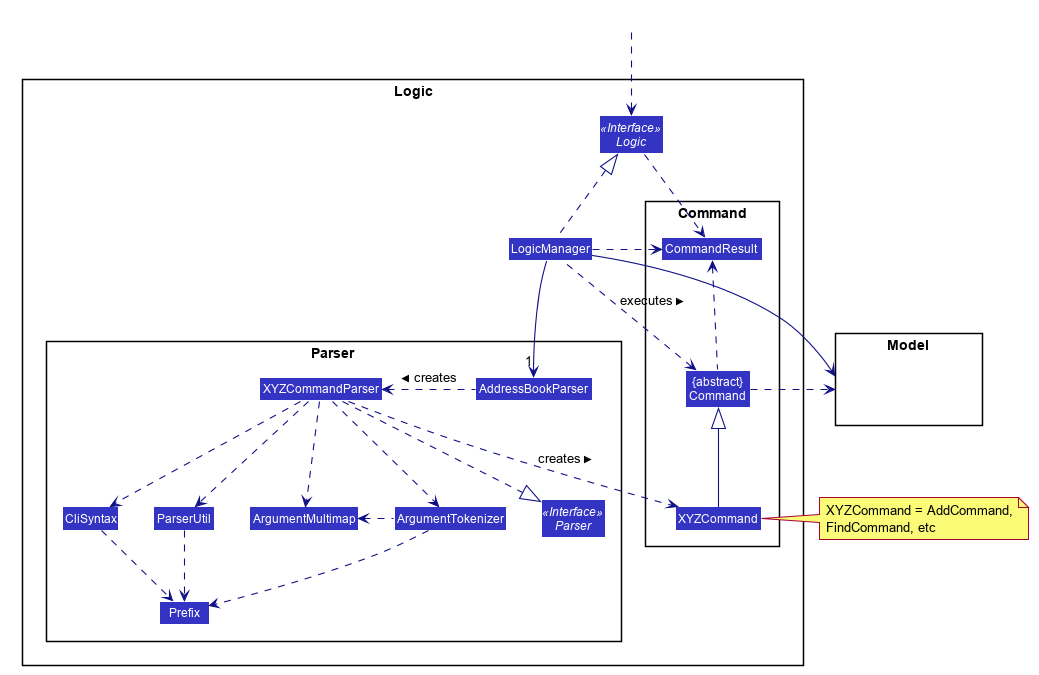
nus-cs2103-AY2425S1/tp keeps this PlantUML diagram as docs/images/LogicClassDiagram.png. Above is the earlier version. Source of this version:
```plantuml
@startuml








skinparam BackgroundColor #FFFFFFF

skinparam Shadowing false

skinparam Class {
    FontColor #FFFFFF
    BorderThickness 1
    BorderColor #FFFFFF
    StereotypeFontColor #FFFFFF
    FontName Arial
}

skinparam Actor {
    BorderColor #000000
    Color #000000
    FontName Arial
}

skinparam Sequence {
    MessageAlign center
    BoxFontSize 15
    BoxPadding 0
    BoxFontColor #FFFFFF
    FontName Arial
}

skinparam Participant {
    FontColor #FFFFFFF
    Padding 20
}

skinparam MinClassWidth 50
skinparam ParticipantPadding 10
skinparam Shadowing false
skinparam DefaultTextAlignment center
skinparam packageStyle Rectangle

hide footbox
hide members
hide circle
skinparam arrowThickness 1.1
skinparam arrowColor #101086
skinparam classBackgroundColor #3333C4

package Logic {

package Parser {
Interface Parser <<Interface>>
Class AddressBookParser
Class XYZCommandParser
Class CliSyntax
Class ParserUtil
Class ArgumentMultimap
Class ArgumentTokenizer
Class Prefix
}

package Command {
Class XYZCommand
Class CommandResult
Class "{abstract}\nCommand" as Command
}

Interface Logic <<Interface>>
Class LogicManager
}

package Model{
Class HiddenModel #FFFFFF
}

Class HiddenOutside #FFFFFF
HiddenOutside ..> Logic

LogicManager .up.|> Logic
LogicManager -->"1" AddressBookParser
AddressBookParser .left.> XYZCommandParser: creates >

XYZCommandParser ..> XYZCommand : creates >
XYZCommandParser ..|> Parser
XYZCommandParser ..> ArgumentMultimap
XYZCommandParser ..> ArgumentTokenizer
ArgumentTokenizer .left.> ArgumentMultimap
XYZCommandParser ..> CliSyntax
CliSyntax ..> Prefix
XYZCommandParser ..> ParserUtil
ParserUtil .down.> Prefix
ArgumentTokenizer .down.> Prefix
XYZCommand -up-|> Command
LogicManager .left.> Command : executes >

LogicManager --> Model
Command .right.> Model
note right of XYZCommand: XYZCommand = AddCommand, \nFindCommand, etc

Logic ..> CommandResult
LogicManager .down.> CommandResult
Command .up.> CommandResult
CommandResult -[hidden]-> Parser
@enduml
```
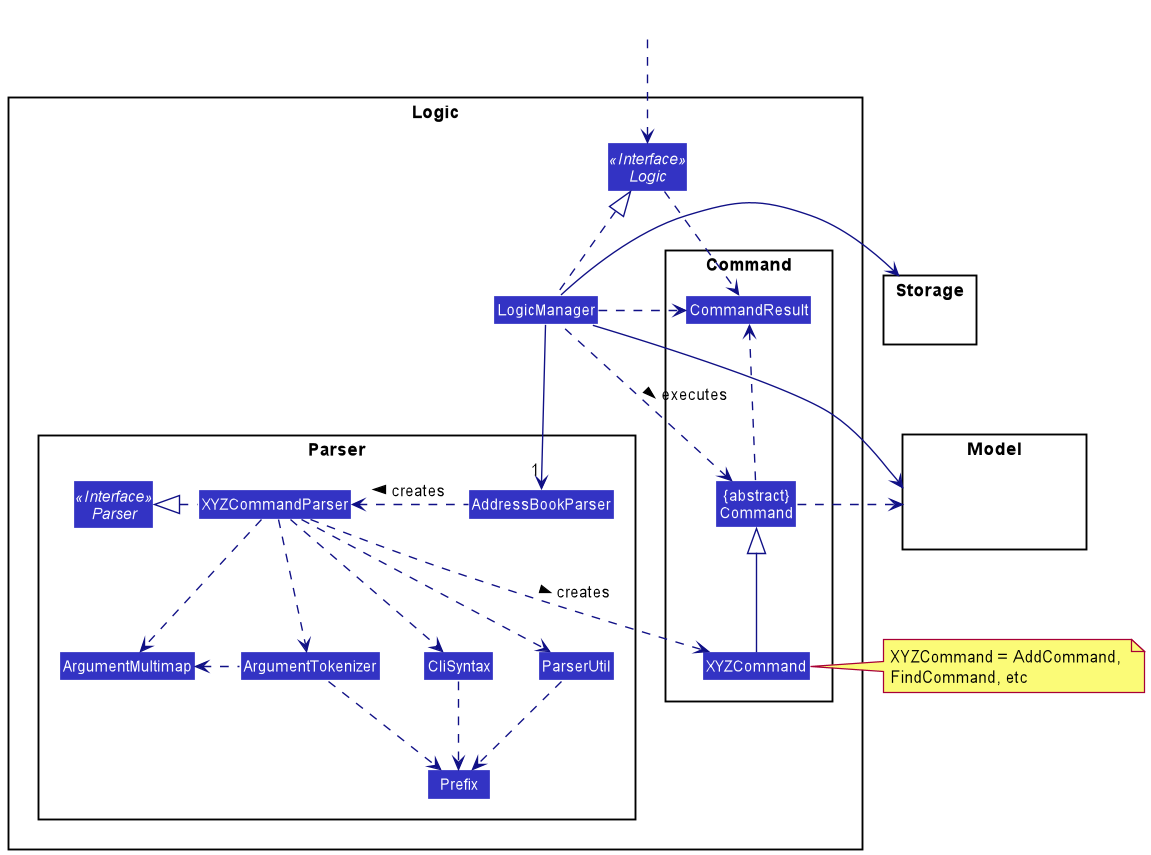
The same file after the commit.

Commit message:
DG: Add Logic-->Storage arrow in Logic class diagram (#85)

LogicManager class has a reference to both Model and Storage.
Since the current class diagram for Logic component only shows an
association with Model and does not reflect the association with
Storage, let's update the diagram to show this association.

Change to the diagram source:
```diff
@@ -1,55 +1,8 @@
 @startuml
-
-
-
-
-
-
-
-
-skinparam BackgroundColor #FFFFFFF
-
-skinparam Shadowing false
-
-skinparam Class {
-    FontColor #FFFFFF
-    BorderThickness 1
-    BorderColor #FFFFFF
-    StereotypeFontColor #FFFFFF
-    FontName Arial
-}
-
-skinparam Actor {
-    BorderColor #000000
-    Color #000000
-    FontName Arial
-}
-
-skinparam Sequence {
-    MessageAlign center
-    BoxFontSize 15
-    BoxPadding 0
-    BoxFontColor #FFFFFF
-    FontName Arial
-}
-
-skinparam Participant {
-    FontColor #FFFFFFF
-    Padding 20
-}
-
-skinparam MinClassWidth 50
-skinparam ParticipantPadding 10
-skinparam Shadowing false
-skinparam DefaultTextAlignment center
-skinparam packageStyle Rectangle
-
-hide footbox
-hide members
-hide circle
+!include style.puml
 skinparam arrowThickness 1.1
-skinparam arrowColor #101086
-skinparam classBackgroundColor #3333C4
+skinparam arrowColor LOGIC_COLOR_T4
+skinparam classBackgroundColor LOGIC_COLOR
 
 package Logic {
 
@@ -78,6 +31,10 @@
 Class HiddenModel #FFFFFF
 }
 
+package Storage{
+Class HiddenModel #FFFFFF
+}
+
 Class HiddenOutside #FFFFFF
 HiddenOutside ..> Logic
 
@@ -86,7 +43,7 @@
 AddressBookParser .left.> XYZCommandParser: creates >
 
 XYZCommandParser ..> XYZCommand : creates >
-XYZCommandParser ..|> Parser
+XYZCommandParser .left.|> Parser
 XYZCommandParser ..> ArgumentMultimap
 XYZCommandParser ..> ArgumentTokenizer
 ArgumentTokenizer .left.> ArgumentMultimap
@@ -99,6 +56,9 @@
 LogicManager .left.> Command : executes >
 
 LogicManager --> Model
+LogicManager --> Storage
+Storage --[hidden] Model
+Command .[hidden]up.> Storage
 Command .right.> Model
 note right of XYZCommand: XYZCommand = AddCommand, \nFindCommand, etc
 
```
